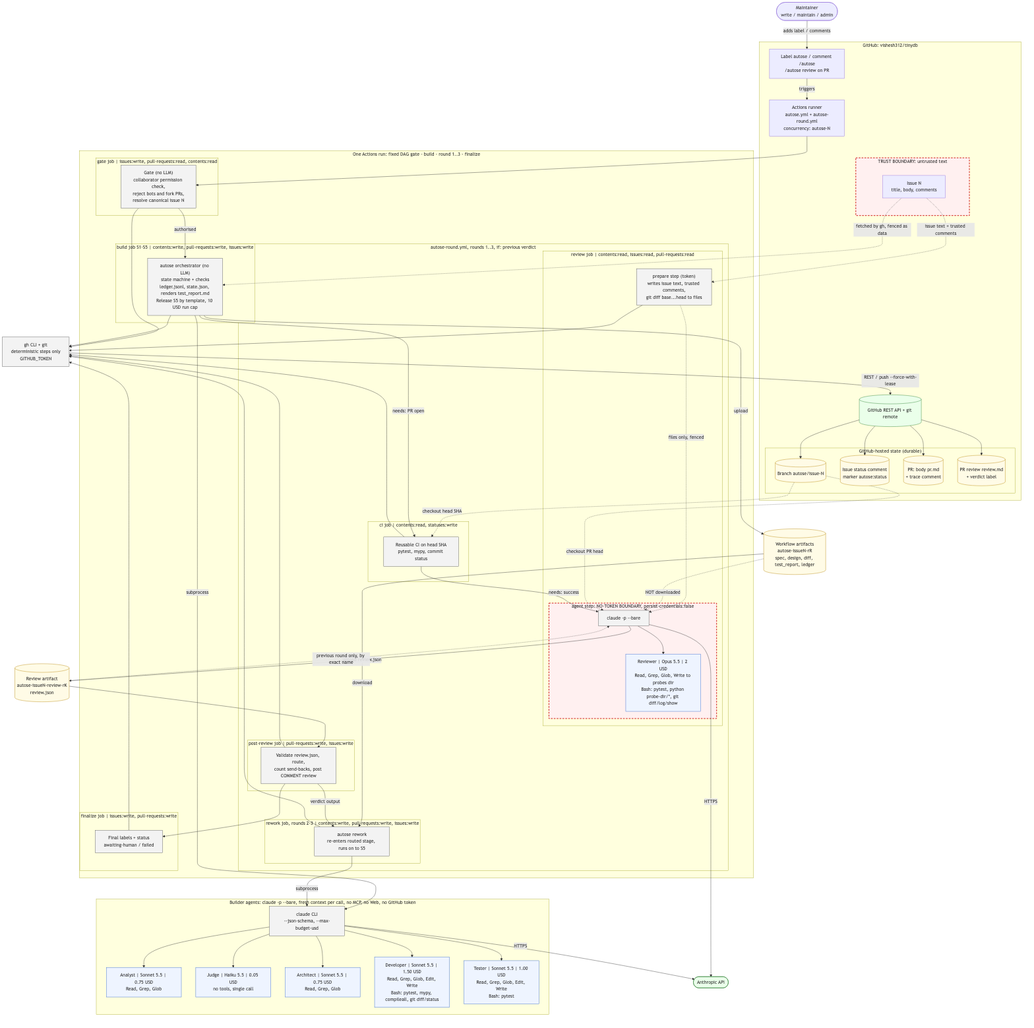
vishesh312/autose-assignment3 keeps this Mermaid diagram as architecture/views/component-view.png. Above is the earlier version. Its source is kept beside it as architecture/views/component-view.mmd.
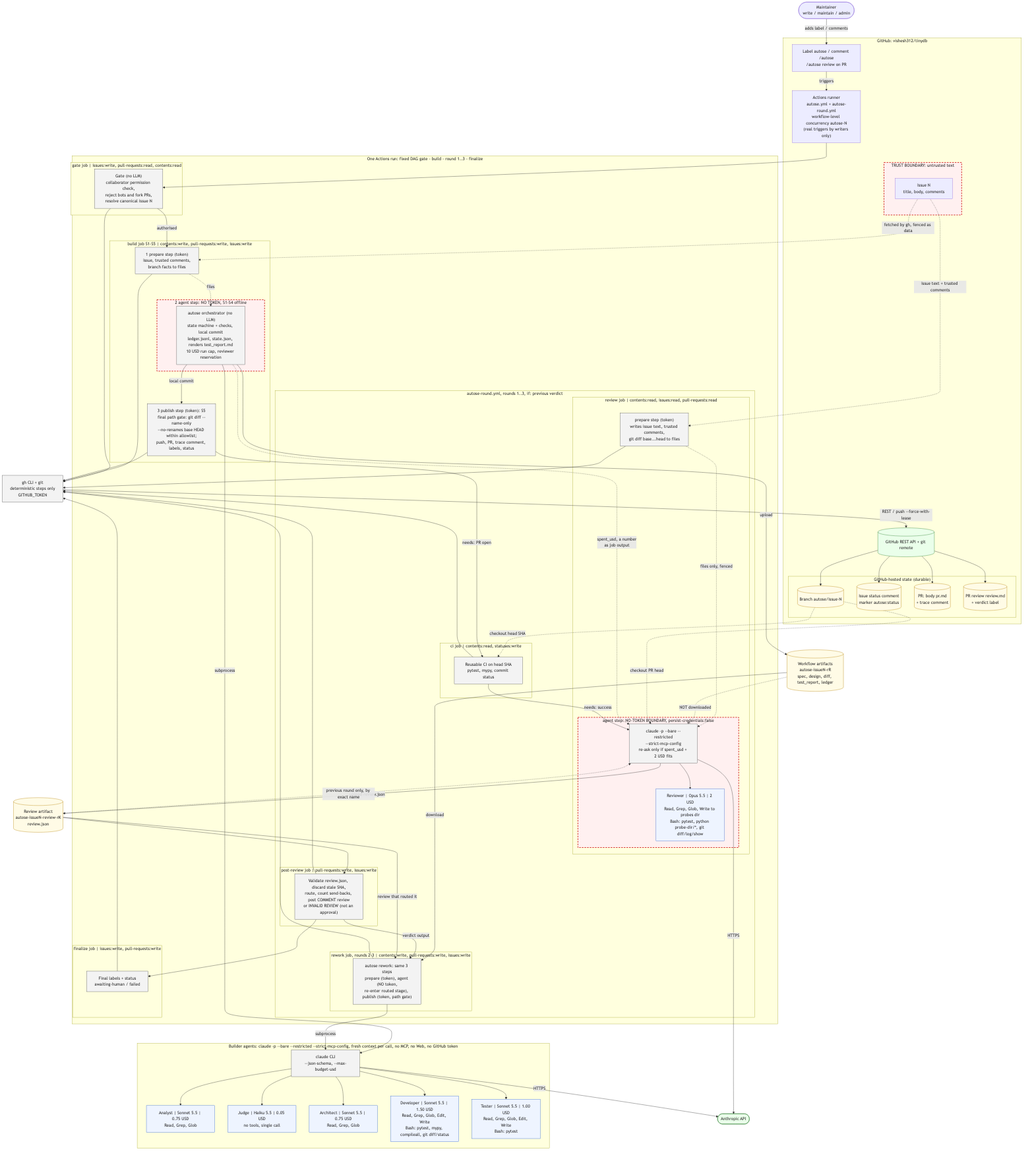
After the commit.

Change to the diagram source:
```diff
@@ -7,7 +7,7 @@
       issue["Issue N<br/>title, body, comments"]
     end
     events["Label autose / comment /autose<br/>/autose review on PR"]
-    runner["Actions runner<br/>autose.yml + autose-round.yml<br/>concurrency: autose-N"]
+    runner["Actions runner<br/>autose.yml + autose-round.yml<br/>workflow-level concurrency autose-N<br/>(real triggers by writers only)"]
     rest[("GitHub REST API + git remote")]
     subgraph STORES["GitHub-hosted state (durable)"]
       branch[("Branch autose/issue-N")]
@@ -23,12 +23,17 @@
       gate["Gate (no LLM)<br/>collaborator permission check,<br/>reject bots and fork PRs,<br/>resolve canonical issue N"]
     end
     subgraph JB["build job S1-S5 | contents:write, pull-requests:write, issues:write"]
-      orch["autose orchestrator (no LLM)<br/>state machine + checks<br/>ledger.jsonl, state.json, renders test_report.md<br/>Release S5 by template, 10 USD run cap"]
+      direction TB
+      prepB["1 prepare step (token)<br/>issue, trusted comments,<br/>branch facts to files"]
+      subgraph JBA["2 agent step: NO TOKEN, S1-S4 offline"]
+        orch["autose orchestrator (no LLM)<br/>state machine + checks, local commit<br/>ledger.jsonl, state.json, renders test_report.md<br/>10 USD run cap, reviewer reservation"]
+      end
+      pubB["3 publish step (token): S5<br/>final path gate: git diff --name-only<br/>--no-renames base HEAD within allowlist;<br/>push, PR, trace comment, labels, status"]
     end
     subgraph ROUND["autose-round.yml, rounds 1..3, if: previous verdict"]
       direction LR
       subgraph JR["rework job, rounds 2-3 | contents:write, pull-requests:write, issues:write"]
-        orchR["autose rework<br/>re-enters routed stage, runs on to S5"]
+        orchR["autose rework: same 3 steps<br/>prepare (token), agent (NO token,<br/>re-enter routed stage), publish (token, path gate)"]
       end
       subgraph JC["ci job | contents:read, statuses:write"]
         ci["Reusable CI on head SHA<br/>pytest, mypy, commit status"]
@@ -37,12 +42,12 @@
         direction TB
         prep["prepare step (token)<br/>writes issue text, trusted comments,<br/>git diff base...head to files"]
         subgraph JVA["agent step: NO-TOKEN BOUNDARY, persist-credentials:false"]
-          rcli["claude -p --bare"]
+          rcli["claude -p --bare --restricted<br/>--strict-mcp-config<br/>re-ask only if spent_usd + 2 USD fits"]
           reviewer["Reviewer | Opus 5.5 | 2 USD<br/>Read, Grep, Glob, Write to probes dir<br/>Bash: pytest, python probe-dir/*, git diff/log/show"]
         end
       end
       subgraph JP["post-review job | pull-requests:write, issues:write"]
-        post["Validate review.json, route,<br/>count send-backs, post COMMENT review"]
+        post["Validate review.json, discard stale SHA,<br/>route, count send-backs, post COMMENT review<br/>or INVALID REVIEW (not an approval)"]
       end
     end
     subgraph JF["finalize job | issues:write, pull-requests:write"]
@@ -50,7 +55,7 @@
     end
   end
 
-  subgraph AG["Builder agents: claude -p --bare, fresh context per call, no MCP, no Web, no GitHub token"]
+  subgraph AG["Builder agents: claude -p --bare --restricted --strict-mcp-config, fresh context per call, no MCP, no Web, no GitHub token"]
     direction LR
     cli["claude CLI<br/>--json-schema, --max-budget-usd"]
     analyst["Analyst | Sonnet 5.5 | 0.75 USD<br/>Read, Grep, Glob"]
@@ -68,7 +73,9 @@
   maint -->|adds label / comments| events
   events -->|triggers| runner
   runner --> gate
-  gate -->|authorised| orch
+  gate -->|authorised| prepB
+  prepB -.->|files| orch
+  orch -->|local commit| pubB
   orch -->|subprocess| cli
   orchR -->|subprocess| cli
   cli --> analyst & judge & architect & dev & tester
@@ -77,7 +84,8 @@
   rcli -->|HTTPS| anth
 
   gate --> ghcli
-  orch --> ghcli
+  prepB --> ghcli
+  pubB --> ghcli
   orchR --> ghcli
   ci --> ghcli
   post --> ghcli
@@ -85,7 +93,7 @@
   ghcli -->|REST / push --force-with-lease| rest
   rest --> branch & status & prdoc & prreview
 
-  issue -.->|fetched by gh, fenced as data| orch
+  issue -.->|fetched by gh, fenced as data| prepB
   prep --> ghcli
   issue -.->|issue text + trusted comments| prep
   prep -.->|files only, fenced| rcli
@@ -94,12 +102,14 @@
   art -.-x|NOT downloaded| rcli
   branch -.->|checkout head SHA| ci
   branch -.->|checkout PR head| rcli
-  orch -->|needs: PR open| ci
+  pubB -->|needs: PR open| ci
+  orch -.->|spent_usd, a number<br/>as job output| rcli
   ci -->|needs: success| rcli
   rcli -->|upload review.json| revart
   revart --> post
   revart -.->|previous round only, by exact name| rcli
   post -->|verdict output| orchR
+  revart -->|review that routed it| orchR
   post --> fin
 
   classDef trust fill:#fff0f0,stroke:#c00,stroke-width:2px,stroke-dasharray:6 4
@@ -107,8 +117,8 @@
   classDef det fill:#f3f3f3,stroke:#555
   classDef store fill:#fffbe6,stroke:#b8860b
   classDef ext fill:#eaffea,stroke:#2e7d32
-  class UNTRUSTED,JVA trust
+  class UNTRUSTED,JVA,JBA trust
   class analyst,judge,architect,dev,tester,reviewer agent
-  class gate,orch,orchR,ci,post,fin,ghcli,cli,rcli,prep det
+  class gate,orch,orchR,ci,post,fin,ghcli,cli,rcli,prep,prepB,pubB det
   class branch,status,prdoc,prreview,art,revart store
   class anth,rest ext
```
